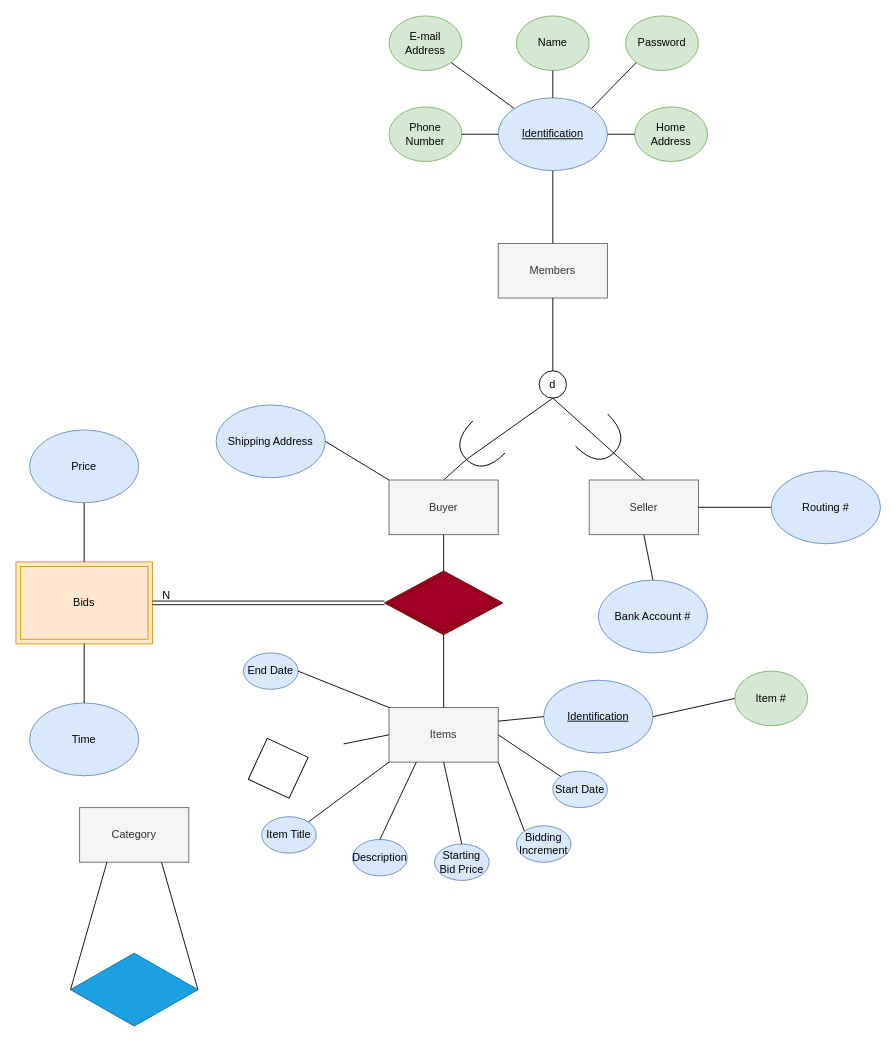
Above: EER Modelling.drawio in William-BC-CA/CPSC2221_EER_Modelling_Diagram (draw.io), before the change. Source tidied: cells renumbered, new cells numbered last; positions are measured from the earlier drawing's top-left corner, leaving out a move shared by most shapes. Both pictures are drawn from the tidied source at 91%, with x=0, y=0 at pixel (15, 15).
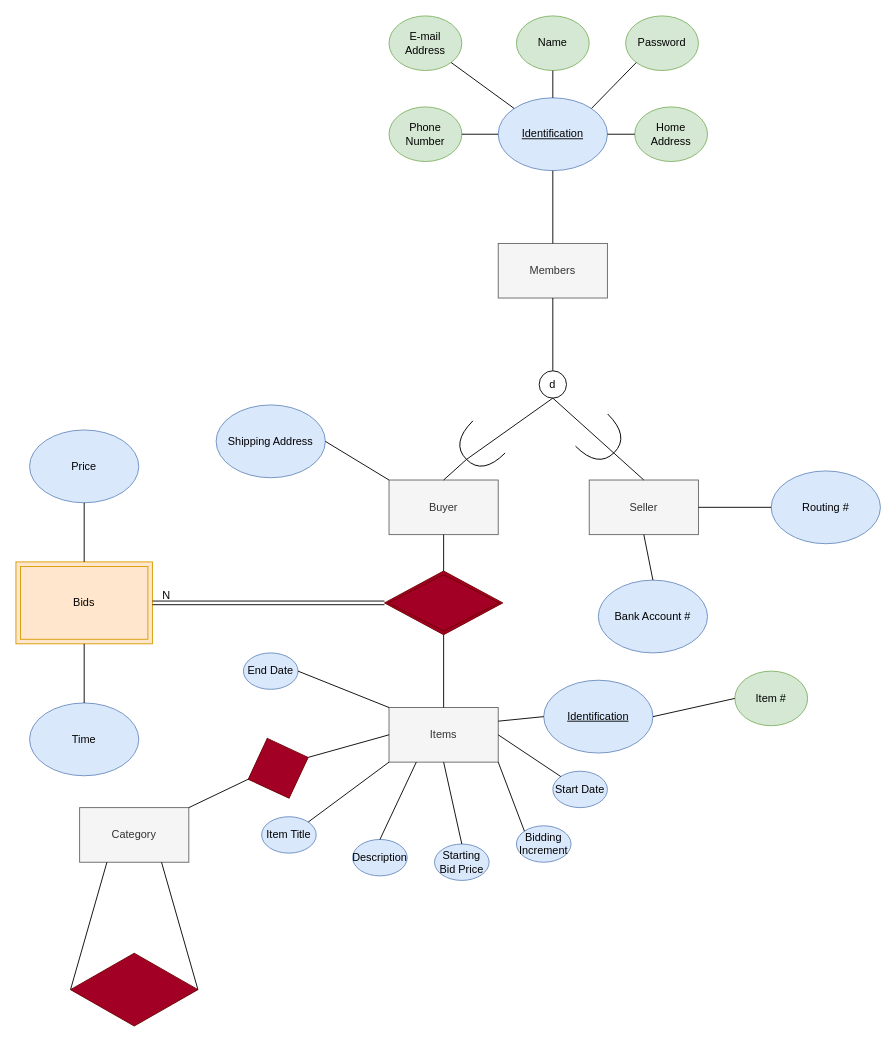
Above is the later version.

The change refers to these unchanged cells:
```xml
<mxCell id="30" value="Items" style="rounded=0;whiteSpace=wrap;html=1;fillColor=#f5f5f5;fontColor=#333333;strokeColor=#666666;" parent="1" vertex="1">
  <mxGeometry x="410" y="760" width="120" height="60" as="geometry" />
</mxCell>
<mxCell id="47" value="Category" style="rounded=0;whiteSpace=wrap;html=1;fillColor=#f5f5f5;fontColor=#333333;strokeColor=#666666;" parent="1" vertex="1">
  <mxGeometry x="70" y="870" width="120" height="60" as="geometry" />
</mxCell>
```

What changed in the source:
```diff
@@
-    <mxCell id="48" style="rhombus;whiteSpace=wrap;html=1;fillColor=#1ba1e2;fontColor=#ffffff;strokeColor=#006EAF;" parent="1" vertex="1">
+    <mxCell id="48" style="rhombus;whiteSpace=wrap;html=1;fillColor=#a20025;fontColor=#ffffff;strokeColor=#6F0000;" parent="1" vertex="1">
       <mxGeometry x="60" y="1030" width="140" height="80" as="geometry" />
     </mxCell>
@@
-    <mxCell id="61" style="endArrow=none;html=1;rounded=0;entryX=0;entryY=0.5;entryDx=0;entryDy=0;" parent="1" edge="1" target="30">
-      <mxGeometry relative="1" as="geometry">
-        <mxPoint x="360" y="800" as="sourcePoint" />
-      </mxGeometry>
+    <mxCell id="61" style="endArrow=none;html=1;rounded=0;entryX=0;entryY=0.5;entryDx=0;entryDy=0;exitX=1;exitY=0.5;exitDx=0;exitDy=0;" parent="1" edge="1" source="62" target="30">
+      <mxGeometry relative="1" as="geometry" />
     </mxCell>
-    <mxCell id="62" style="rhombus;whiteSpace=wrap;html=1;rotation=-20;" parent="1" vertex="1">
+    <mxCell id="62" style="rhombus;whiteSpace=wrap;html=1;rotation=-20;fillColor=#a20025;strokeColor=#6F0000;fontColor=#ffffff;" parent="1" vertex="1">
       <mxGeometry x="253.2" y="791.8" width="70" height="70" as="geometry" />
     </mxCell>
+    <mxCell id="63" style="endArrow=none;html=1;exitX=1;exitY=0;exitDx=0;exitDy=0;entryX=0;entryY=0.5;entryDx=0;entryDy=0;" parent="1" edge="1" source="47" target="62">
+      <mxGeometry relative="1" as="geometry" />
+    </mxCell>
```
